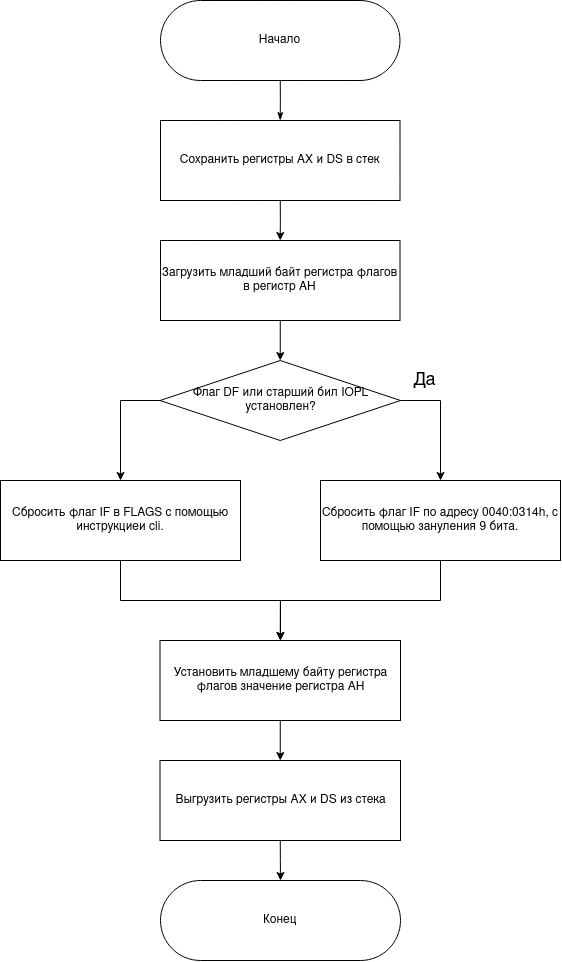
Before: lab_01/docs/src/images/scheme-sub_1.drawio.png, a diagram exported from draw.io (denzhkko/bmstu_iu7_os). Source tidied: cells renumbered, new cells last; positions are measured from the earlier drawing's top-left corner, leaving out a move shared by most shapes.
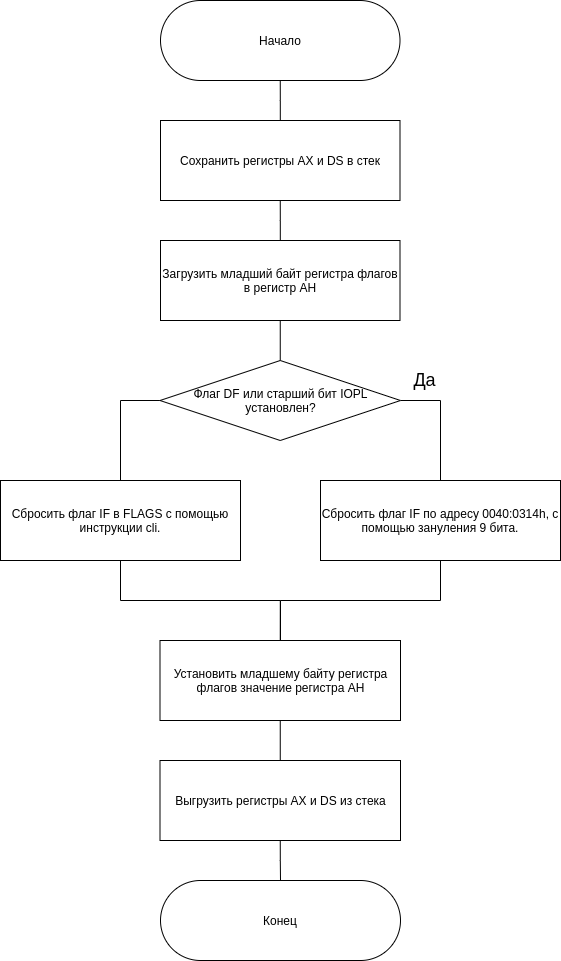
After the commit.

Change to the diagram source:
```diff
@@ -2,34 +2,34 @@
   <root>
     <mxCell id="0" />
     <mxCell id="1" parent="0" />
-    <mxCell id="2" style="edgeStyle=orthogonalEdgeStyle;rounded=0;jettySize=auto;html=1;exitX=0.5;exitY=1;exitDx=0;exitDy=0;endArrow=classicThin;endFill=1;" parent="1" edge="1" source="3" target="5">
+    <mxCell id="2" style="edgeStyle=orthogonalEdgeStyle;rounded=0;jettySize=auto;html=1;exitX=0.5;exitY=1;exitDx=0;exitDy=0;endArrow=none;endFill=0;" parent="1" edge="1" source="3" target="5">
       <mxGeometry relative="1" as="geometry" />
     </mxCell>
     <mxCell id="3" value="Начало" style="rounded=1;whiteSpace=wrap;html=1;arcSize=50;" parent="1" vertex="1">
       <mxGeometry x="160" width="239.5" height="80" as="geometry" />
     </mxCell>
-    <mxCell id="4" style="edgeStyle=orthogonalEdgeStyle;rounded=0;jettySize=auto;html=1;exitX=0.5;exitY=1;exitDx=0;exitDy=0;endArrow=classic;endFill=1;" parent="1" edge="1" source="5" target="7">
+    <mxCell id="4" style="edgeStyle=orthogonalEdgeStyle;rounded=0;jettySize=auto;html=1;exitX=0.5;exitY=1;exitDx=0;exitDy=0;endArrow=none;endFill=0;" parent="1" edge="1" source="5" target="7">
       <mxGeometry relative="1" as="geometry" />
     </mxCell>
     <mxCell id="5" value="Сохранить регистры АХ и DS в стек" style="rounded=0;whiteSpace=wrap;html=1;" parent="1" vertex="1">
       <mxGeometry x="160" y="120" width="239.5" height="80" as="geometry" />
     </mxCell>
-    <mxCell id="6" style="edgeStyle=orthogonalEdgeStyle;rounded=0;jettySize=auto;html=1;exitX=0.5;exitY=1;exitDx=0;exitDy=0;entryX=0.5;entryY=0;entryDx=0;entryDy=0;endArrow=classic;endFill=1;" parent="1" edge="1" source="7" target="10">
+    <mxCell id="6" style="edgeStyle=orthogonalEdgeStyle;rounded=0;jettySize=auto;html=1;exitX=0.5;exitY=1;exitDx=0;exitDy=0;entryX=0.5;entryY=0;entryDx=0;entryDy=0;endArrow=none;endFill=0;" parent="1" edge="1" source="7" target="10">
       <mxGeometry relative="1" as="geometry" />
     </mxCell>
     <mxCell id="7" value="Загрузить младший байт регистра флагов в регистр AH" style="rounded=0;whiteSpace=wrap;html=1;" parent="1" vertex="1">
       <mxGeometry x="160" y="240" width="239.5" height="80" as="geometry" />
     </mxCell>
-    <mxCell id="8" style="edgeStyle=orthogonalEdgeStyle;rounded=0;jettySize=auto;html=1;exitX=1;exitY=0.5;exitDx=0;exitDy=0;" parent="1" edge="1" source="10" target="12">
+    <mxCell id="8" style="edgeStyle=orthogonalEdgeStyle;rounded=0;jettySize=auto;html=1;exitX=1;exitY=0.5;exitDx=0;exitDy=0;endArrow=none;endFill=0;" parent="1" edge="1" source="10" target="12">
       <mxGeometry relative="1" as="geometry" />
     </mxCell>
-    <mxCell id="9" style="edgeStyle=orthogonalEdgeStyle;rounded=0;jettySize=auto;html=1;exitX=0;exitY=0.5;exitDx=0;exitDy=0;endArrow=classic;endFill=1;" parent="1" edge="1" source="10" target="14">
+    <mxCell id="9" style="edgeStyle=orthogonalEdgeStyle;rounded=0;jettySize=auto;html=1;exitX=0;exitY=0.5;exitDx=0;exitDy=0;endArrow=none;endFill=0;" parent="1" edge="1" source="10" target="14">
       <mxGeometry relative="1" as="geometry" />
     </mxCell>
-    <mxCell id="10" value="Флаг DF или старший бил IOPL установлен?" style="rhombus;whiteSpace=wrap;html=1;" parent="1" vertex="1">
+    <mxCell id="10" value="Флаг DF или старший бит IOPL установлен?" style="rhombus;whiteSpace=wrap;html=1;" parent="1" vertex="1">
       <mxGeometry x="159.5" y="360" width="240.5" height="80" as="geometry" />
     </mxCell>
-    <mxCell id="11" style="edgeStyle=orthogonalEdgeStyle;rounded=0;jettySize=auto;html=1;exitX=0.5;exitY=1;exitDx=0;exitDy=0;endArrow=classic;endFill=1;" parent="1" edge="1" source="12">
+    <mxCell id="11" style="edgeStyle=orthogonalEdgeStyle;rounded=0;jettySize=auto;html=1;exitX=0.5;exitY=1;exitDx=0;exitDy=0;endArrow=none;endFill=0;" parent="1" edge="1" source="12">
       <mxGeometry relative="1" as="geometry">
         <mxPoint x="280" y="640" as="targetPoint" />
       </mxGeometry>
@@ -37,22 +37,22 @@
     <mxCell id="12" value="&lt;div&gt;Сбросить флаг IF по адресу 0040:0314h, с помощью зануления 9 бита.&lt;br&gt;&lt;/div&gt;" style="rounded=0;whiteSpace=wrap;html=1;" parent="1" vertex="1">
       <mxGeometry x="320" y="480" width="240" height="80" as="geometry" />
     </mxCell>
-    <mxCell id="13" style="edgeStyle=orthogonalEdgeStyle;rounded=0;jettySize=auto;html=1;exitX=0.5;exitY=1;exitDx=0;exitDy=0;entryX=0.5;entryY=0;entryDx=0;entryDy=0;endArrow=classic;endFill=1;" parent="1" edge="1" source="14" target="17">
+    <mxCell id="13" style="edgeStyle=orthogonalEdgeStyle;rounded=0;jettySize=auto;html=1;exitX=0.5;exitY=1;exitDx=0;exitDy=0;entryX=0.5;entryY=0;entryDx=0;entryDy=0;endArrow=none;endFill=0;" parent="1" edge="1" source="14" target="17">
       <mxGeometry relative="1" as="geometry" />
     </mxCell>
-    <mxCell id="14" value="Сбросить флаг IF в FLAGS с помощью инструкциеи cli." style="rounded=0;whiteSpace=wrap;html=1;" parent="1" vertex="1">
+    <mxCell id="14" value="Сбросить флаг IF в FLAGS с помощью инструкции cli." style="rounded=0;whiteSpace=wrap;html=1;" parent="1" vertex="1">
       <mxGeometry y="480" width="240" height="80" as="geometry" />
     </mxCell>
     <mxCell id="15" value="&lt;font style=&quot;font-size: 18px&quot;&gt;Да&lt;/font&gt;" style="text;html=1;align=center;verticalAlign=middle;" parent="1" vertex="1">
       <mxGeometry x="403.5" y="370" width="40" height="20" as="geometry" />
     </mxCell>
-    <mxCell id="16" style="edgeStyle=orthogonalEdgeStyle;rounded=0;jettySize=auto;html=1;exitX=0.5;exitY=1;exitDx=0;exitDy=0;entryX=0.5;entryY=0;entryDx=0;entryDy=0;endArrow=classic;endFill=1;" parent="1" edge="1" source="17" target="19">
+    <mxCell id="16" style="edgeStyle=orthogonalEdgeStyle;rounded=0;jettySize=auto;html=1;exitX=0.5;exitY=1;exitDx=0;exitDy=0;entryX=0.5;entryY=0;entryDx=0;entryDy=0;endArrow=none;endFill=0;" parent="1" edge="1" source="17" target="19">
       <mxGeometry relative="1" as="geometry" />
     </mxCell>
     <mxCell id="17" value="Установить младшему байту регистра флагов значение регистра AH" style="rounded=0;whiteSpace=wrap;html=1;" parent="1" vertex="1">
       <mxGeometry x="159.5" y="640" width="240.5" height="80" as="geometry" />
     </mxCell>
-    <mxCell id="18" style="edgeStyle=orthogonalEdgeStyle;rounded=0;jettySize=auto;html=1;exitX=0.5;exitY=1;exitDx=0;exitDy=0;entryX=0.5;entryY=0;entryDx=0;entryDy=0;endArrow=classic;endFill=1;" parent="1" edge="1" source="19" target="20">
+    <mxCell id="18" style="edgeStyle=orthogonalEdgeStyle;rounded=0;jettySize=auto;html=1;exitX=0.5;exitY=1;exitDx=0;exitDy=0;entryX=0.5;entryY=0;entryDx=0;entryDy=0;endArrow=none;endFill=0;" parent="1" edge="1" source="19" target="20">
       <mxGeometry relative="1" as="geometry" />
     </mxCell>
     <mxCell id="19" value="Выгрузить регистры AX и DS из стека" style="rounded=0;whiteSpace=wrap;html=1;" parent="1" vertex="1">
```
